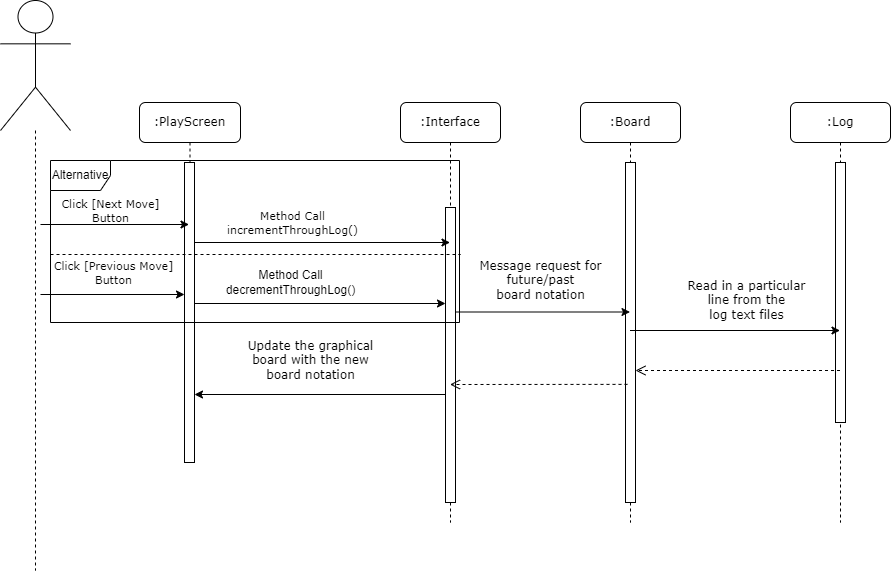
The draw.io diagram dev/diagrams/Sequence Diagram UC 3.0.png in Skadoot/GP9, before a commit. Source tidied: cells renumbered, new cells last; positions are measured from the earlier drawing's top-left corner, leaving out a move shared by most shapes. Its diagram source:
```xml
<mxGraphModel>
  <root>
    <mxCell id="0" />
    <mxCell id="1" parent="0" />
    <mxCell id="2" value=":Interface" style="shape=umlLifeline;perimeter=lifelinePerimeter;whiteSpace=wrap;html=1;outlineConnect=0;rounded=1;shadow=0;comic=0;labelBackgroundColor=none;strokeWidth=1;fontFamily=Verdana;fontSize=12;align=center;" parent="1" vertex="1">
      <mxGeometry x="400" y="102" width="100" height="420" as="geometry" />
    </mxCell>
    <mxCell id="3" style="html=1;points=[];perimeter=orthogonalPerimeter;rounded=0;shadow=0;comic=0;labelBackgroundColor=none;strokeWidth=1;fontFamily=Verdana;fontSize=12;align=center;" parent="2" vertex="1">
      <mxGeometry x="45" y="105" width="10" height="295" as="geometry" />
    </mxCell>
    <mxCell id="4" value=":PlayScreen" style="shape=umlLifeline;perimeter=lifelinePerimeter;whiteSpace=wrap;html=1;rounded=1;shadow=0;comic=0;labelBackgroundColor=none;strokeWidth=1;fontFamily=Verdana;fontSize=12;align=center;" parent="1" vertex="1">
      <mxGeometry x="139" y="102" width="101" height="360" as="geometry" />
    </mxCell>
    <mxCell id="5" style="html=1;perimeter=orthogonalPerimeter;rounded=0;shadow=0;comic=0;labelBackgroundColor=none;strokeWidth=1;fontFamily=Verdana;fontSize=12;align=center;" parent="4" vertex="1">
      <mxGeometry x="45" y="60" width="10" height="300" as="geometry" />
    </mxCell>
    <mxCell id="6" value="Click [Previous Move]&lt;br&gt;Button" style="endArrow=classic;html=1;rounded=0;labelBackgroundColor=none;fontFamily=Verdana;" parent="4" edge="1">
      <mxGeometry x="0.01" y="22" relative="1" as="geometry">
        <mxPoint x="-99" y="192" as="sourcePoint" />
        <mxPoint x="45" y="192" as="targetPoint" />
      </mxGeometry>
    </mxCell>
    <mxCell id="7" value="Method Call&lt;br style=&quot;font-size: 11px;&quot;&gt;incrementThroughLog()" style="endArrow=classic;html=1;rounded=0;labelBackgroundColor=none;fontSize=11;fontFamily=Verdana;" parent="4" edge="1" target="2">
      <mxGeometry x="-0.24" y="20" relative="1" as="geometry">
        <mxPoint x="55" y="140" as="sourcePoint" />
      </mxGeometry>
    </mxCell>
    <mxCell id="8" value="Alternative" style="shape=umlFrame;whiteSpace=wrap;html=1;" parent="4" vertex="1">
      <mxGeometry x="-89" y="58" width="409" height="162" as="geometry" />
    </mxCell>
    <mxCell id="9" style="endArrow=none;dashed=1;html=1;rounded=0;exitX=0;exitY=0.5;exitDx=0;exitDy=0;exitPerimeter=0;" parent="4" edge="1">
      <mxGeometry relative="1" as="geometry">
        <mxPoint x="-89" y="152" as="sourcePoint" />
        <mxPoint x="321" y="152" as="targetPoint" />
      </mxGeometry>
    </mxCell>
    <mxCell id="10" style="edgeStyle=orthogonalEdgeStyle;rounded=0;jettySize=auto;html=1;dashed=1;endArrow=none;endFill=0;" parent="1" edge="1" source="11">
      <mxGeometry relative="1" as="geometry">
        <mxPoint x="35" y="570" as="targetPoint" />
        <Array as="points">
          <mxPoint x="35" y="40" />
        </Array>
      </mxGeometry>
    </mxCell>
    <mxCell id="11" style="shape=umlActor;verticalLabelPosition=bottom;verticalAlign=top;html=1;outlineConnect=0;" parent="1" vertex="1">
      <mxGeometry width="70" height="130" as="geometry" />
    </mxCell>
    <mxCell id="12" value="Click [Next Move]&lt;br&gt;Button" style="endArrow=classic;html=1;rounded=0;labelBackgroundColor=none;fontFamily=Verdana;" parent="1" edge="1">
      <mxGeometry x="-0.06" y="14" relative="1" as="geometry">
        <mxPoint x="40" y="224" as="sourcePoint" />
        <mxPoint x="188.5" y="224" as="targetPoint" />
      </mxGeometry>
    </mxCell>
    <mxCell id="13" value=":Board" style="shape=umlLifeline;perimeter=lifelinePerimeter;whiteSpace=wrap;html=1;outlineConnect=0;rounded=1;shadow=0;comic=0;labelBackgroundColor=none;strokeWidth=1;fontFamily=Verdana;fontSize=12;align=center;" parent="1" vertex="1">
      <mxGeometry x="580" y="102" width="100" height="420" as="geometry" />
    </mxCell>
    <mxCell id="14" style="html=1;perimeter=orthogonalPerimeter;rounded=0;shadow=0;comic=0;labelBackgroundColor=none;strokeWidth=1;fontFamily=Verdana;fontSize=12;align=center;" parent="13" vertex="1">
      <mxGeometry x="45" y="60" width="10" height="340" as="geometry" />
    </mxCell>
    <mxCell id="15" value="Method Call&lt;br style=&quot;font-size: 12px;&quot;&gt;decrementThroughLog()" style="endArrow=classic;html=1;rounded=0;labelBackgroundColor=none;fontSize=12;" parent="1" edge="1" target="3">
      <mxGeometry x="-0.24" y="21" relative="1" as="geometry">
        <mxPoint x="194" y="303" as="sourcePoint" />
      </mxGeometry>
    </mxCell>
    <mxCell id="16" value="&lt;font style=&quot;font-size: 12px;&quot; face=&quot;Verdana&quot;&gt;Message request for&lt;br&gt;future/past&lt;br&gt;board notation&lt;br&gt;&lt;/font&gt;" style="endArrow=classic;html=1;rounded=0;labelBackgroundColor=none;" parent="1" edge="1">
      <mxGeometry x="-0.02" y="32" relative="1" as="geometry">
        <mxPoint x="455" y="311.5" as="sourcePoint" />
        <mxPoint x="629.5" y="311.5" as="targetPoint" />
      </mxGeometry>
    </mxCell>
    <mxCell id="17" value=":Log" style="shape=umlLifeline;perimeter=lifelinePerimeter;whiteSpace=wrap;html=1;rounded=1;shadow=0;comic=0;labelBackgroundColor=none;strokeWidth=1;fontFamily=Verdana;fontSize=12;align=center;" parent="1" vertex="1">
      <mxGeometry x="790" y="102" width="100" height="420" as="geometry" />
    </mxCell>
    <mxCell id="18" style="html=1;perimeter=orthogonalPerimeter;rounded=0;shadow=0;comic=0;labelBackgroundColor=none;strokeWidth=1;fontFamily=Verdana;fontSize=12;align=center;" parent="17" vertex="1">
      <mxGeometry x="45" y="60" width="10" height="260" as="geometry" />
    </mxCell>
    <mxCell id="19" value="&lt;font style=&quot;font-size: 12px;&quot; face=&quot;Verdana&quot;&gt;Read in a particular&lt;br&gt;line from the&lt;br&gt;log text files&lt;br&gt;&lt;/font&gt;" style="endArrow=classic;html=1;rounded=0;labelBackgroundColor=none;" parent="1" edge="1" source="13">
      <mxGeometry x="0.1" y="30" relative="1" as="geometry">
        <mxPoint x="839.5" y="330" as="targetPoint" />
      </mxGeometry>
    </mxCell>
    <mxCell id="20" style="html=1;verticalAlign=bottom;endArrow=open;dashed=1;endSize=8;edgeStyle=elbowEdgeStyle;elbow=vertical;curved=0;rounded=0;" parent="1" edge="1">
      <mxGeometry relative="1" as="geometry">
        <mxPoint x="839.5" y="370" as="sourcePoint" />
        <mxPoint x="635" y="370" as="targetPoint" />
      </mxGeometry>
    </mxCell>
    <mxCell id="21" style="html=1;verticalAlign=bottom;endArrow=open;dashed=1;endSize=8;edgeStyle=elbowEdgeStyle;elbow=vertical;curved=0;rounded=0;exitX=0.2;exitY=0.682;exitDx=0;exitDy=0;exitPerimeter=0;" parent="1" edge="1" target="2">
      <mxGeometry relative="1" as="geometry">
        <mxPoint x="627" y="383.9" as="sourcePoint" />
      </mxGeometry>
    </mxCell>
    <mxCell id="22" value="&lt;font style=&quot;font-size: 12px;&quot; face=&quot;Verdana&quot;&gt;Update the graphical&lt;br&gt;board with the new&lt;br&gt;board notation&lt;br&gt;&lt;/font&gt;" style="endArrow=classic;html=1;rounded=0;labelBackgroundColor=none;" parent="1" edge="1" source="3">
      <mxGeometry x="0.08" y="-34" relative="1" as="geometry">
        <mxPoint x="194" y="394" as="targetPoint" />
      </mxGeometry>
    </mxCell>
  </root>
</mxGraphModel>
```
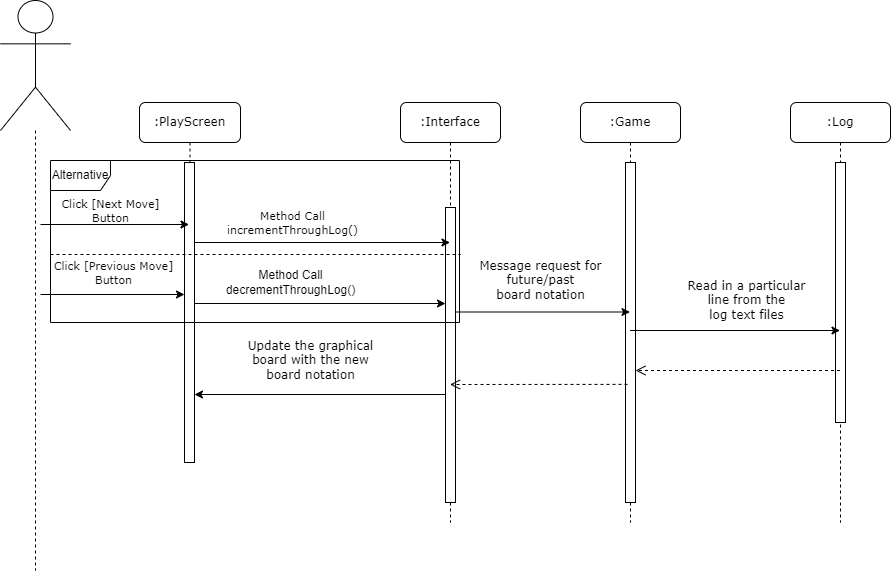
The same file after the commit.

Diff of the diagram source:
```diff
@@ -51,7 +51,7 @@
         <mxPoint x="188.5" y="224" as="targetPoint" />
       </mxGeometry>
     </mxCell>
-    <mxCell id="13" value=":Board" style="shape=umlLifeline;perimeter=lifelinePerimeter;whiteSpace=wrap;html=1;outlineConnect=0;rounded=1;shadow=0;comic=0;labelBackgroundColor=none;strokeWidth=1;fontFamily=Verdana;fontSize=12;align=center;" parent="1" vertex="1">
+    <mxCell id="13" value=":Game" style="shape=umlLifeline;perimeter=lifelinePerimeter;whiteSpace=wrap;html=1;outlineConnect=0;rounded=1;shadow=0;comic=0;labelBackgroundColor=none;strokeWidth=1;fontFamily=Verdana;fontSize=12;align=center;" parent="1" vertex="1">
       <mxGeometry x="580" y="102" width="100" height="420" as="geometry" />
     </mxCell>
     <mxCell id="14" style="html=1;perimeter=orthogonalPerimeter;rounded=0;shadow=0;comic=0;labelBackgroundColor=none;strokeWidth=1;fontFamily=Verdana;fontSize=12;align=center;" parent="13" vertex="1">
```
